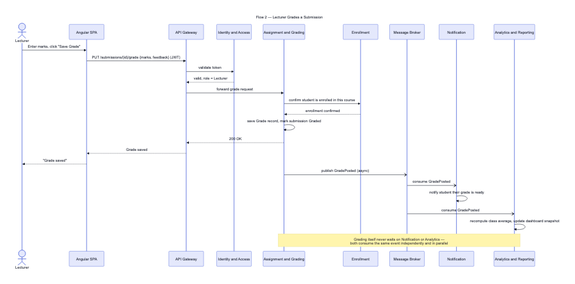
Above: docs/architecture/flow-02-grading.png in ESD-ONE/University-Course-Management-System (Mermaid), before the change. Its source is kept beside it as docs/architecture/flow-02-grading.mmd. The source it was exported from:
```mermaid
---
title: Flow 2 — Lecturer Grades a Submission
---
sequenceDiagram
    actor Lecturer
    participant Client as Angular SPA
    participant GW as API Gateway
    participant IAM as Identity and Access
    participant GRADE as Assignment and Grading
    participant ENR as Enrollment
    participant MQ as Message Broker
    participant NOTIF as Notification
    participant ANALYTICS as Analytics and Reporting

    Lecturer->>Client: Enter marks, click "Save Grade"
    Client->>GW: PUT /submissions/{id}/grade {marks, feedback} (JWT)
    GW->>IAM: validate token
    IAM-->>GW: valid, role = Lecturer
    GW->>GRADE: forward grade request

    GRADE->>ENR: confirm student is enrolled in this course
    ENR-->>GRADE: enrollment confirmed

    GRADE->>GRADE: save Grade record, mark submission Graded
    GRADE-->>GW: 200 OK
    GW-->>Client: Grade saved
    Client-->>Lecturer: "Grade saved"

    GRADE-)MQ: publish GradePosted (async)
    MQ-)NOTIF: consume GradePosted
    NOTIF->>NOTIF: notify student their grade is ready
    MQ-)ANALYTICS: consume GradePosted
    ANALYTICS->>ANALYTICS: recompute class average, update dashboard snapshot

    Note over GRADE,ANALYTICS: Grading itself never waits on Notification or Analytics —<br/>both consume the same event independently and in parallel
```
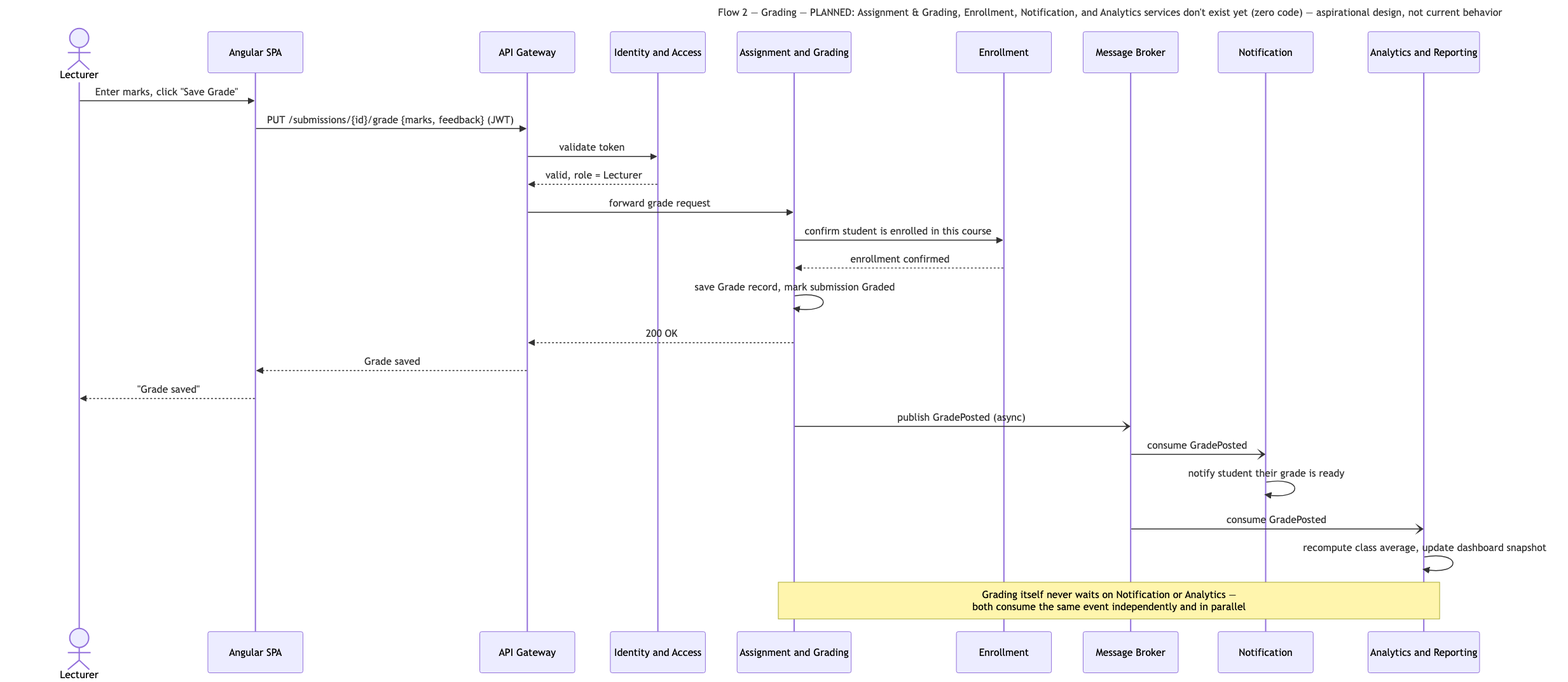
After the commit.

What changed in the source:
```diff
@@ -1,5 +1,5 @@
 ---
-title: Flow 2 — Lecturer Grades a Submission
+title: "Flow 2 — Grading — PLANNED: Assignment & Grading, Enrollment, Notification, and Analytics services don't exist yet (zero code) — aspirational design, not current behavior"
 ---
 sequenceDiagram
     actor Lecturer
```
